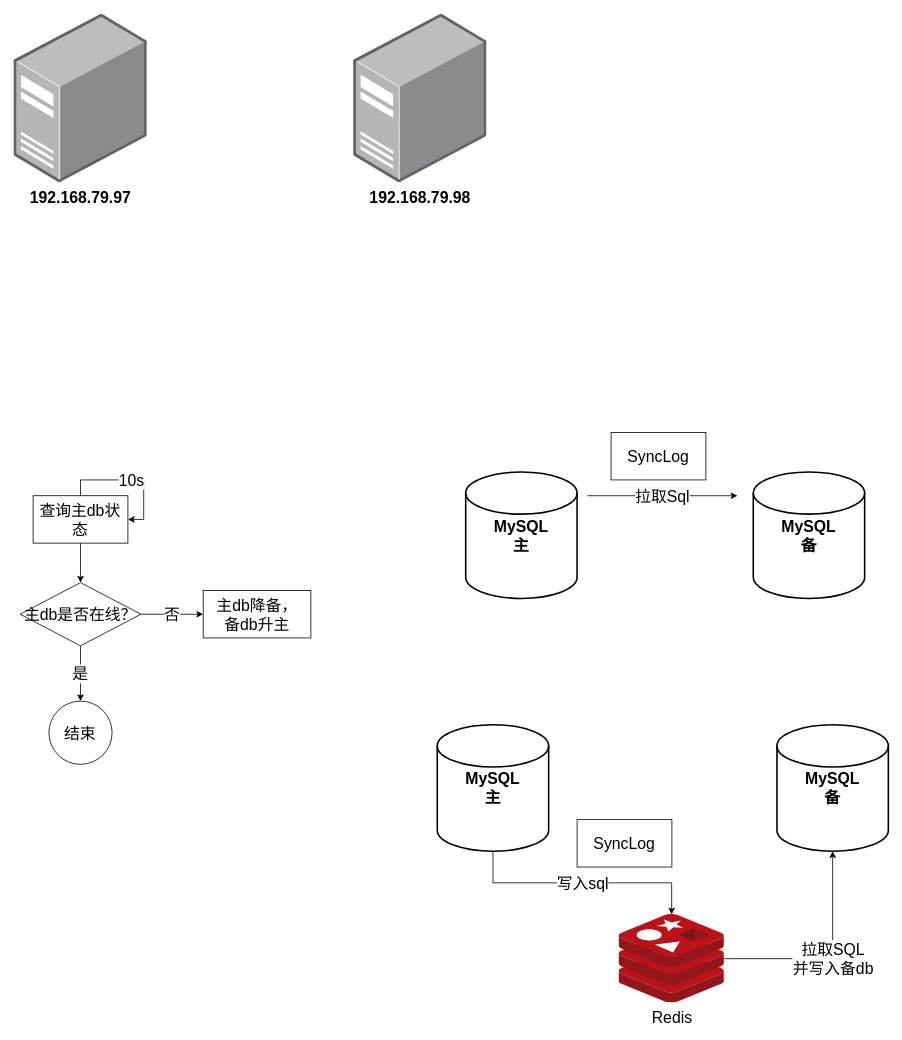
Above: page "总体设计" (1 of 3) of Untitled Diagram.drawio in Jarris3154/drawios (draw.io), before the change. Source tidied: cells renumbered, new cells numbered last; positions are measured from the earlier drawing's top-left corner, leaving out a move shared by most shapes. Both pictures are drawn from the tidied source at 79%, with x=0, y=0 at pixel (13, 13).
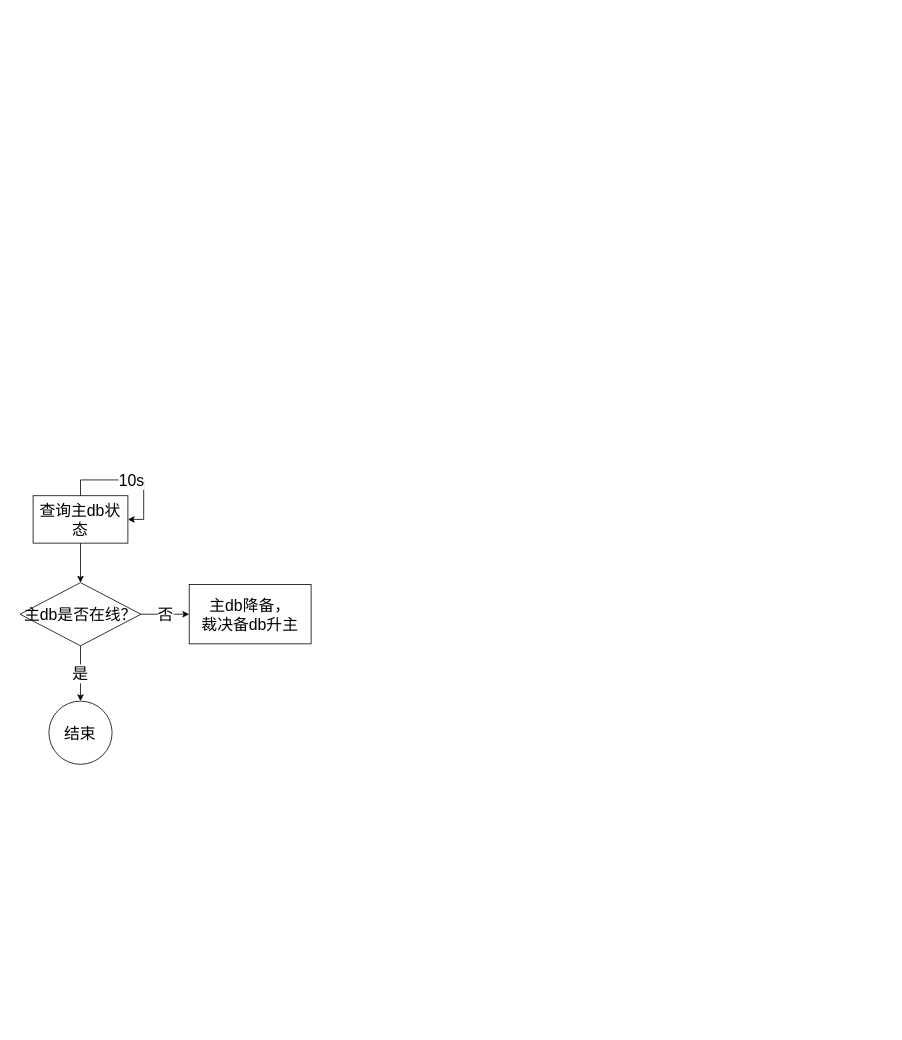
The same diagram, later.

Change to the diagram source:
```diff
@@
-    <mxCell id="2" value="192.168.79.97" style="html=1;align=center;shadow=0;dashed=0;image;image=img/lib/allied_telesis/computer_and_terminals/Server_Desktop.svg;fontStyle=1;fontSize=20;" parent="1" vertex="1">
-      <mxGeometry width="168.8" height="214" as="geometry" />
-    </mxCell>
-    <mxCell id="3" value="192.168.79.98" style="html=1;align=center;shadow=0;dashed=0;image;image=img/lib/allied_telesis/computer_and_terminals/Server_Desktop.svg;fontSize=20;fontStyle=1;" parent="1" vertex="1">
-      <mxGeometry x="430" width="168.8" height="214" as="geometry" />
-    </mxCell>
-    <mxCell id="4" value="&lt;div&gt;MySQL&lt;/div&gt;&lt;div&gt;主&lt;/div&gt;" style="strokeWidth=2;html=1;shape=mxgraph.flowchart.database;whiteSpace=wrap;fontSize=20;fontStyle=1;" parent="1" vertex="1">
-      <mxGeometry x="572" y="580" width="141" height="160" as="geometry" />
-    </mxCell>
-    <mxCell id="5" value="&lt;div&gt;MySQL&lt;br&gt;&lt;/div&gt;&lt;div&gt;备&lt;/div&gt;" style="strokeWidth=2;html=1;shape=mxgraph.flowchart.database;whiteSpace=wrap;fontSize=20;fontStyle=1;" parent="1" vertex="1">
-      <mxGeometry x="936" y="580" width="141" height="160" as="geometry" />
-    </mxCell>
-    <mxCell id="6" value="&lt;div&gt;拉取SQL&lt;/div&gt;&lt;div&gt;并写入备db&lt;/div&gt;" style="edgeStyle=orthogonalEdgeStyle;rounded=0;jettySize=auto;html=1;entryX=0.5;entryY=1;entryDx=0;entryDy=0;entryPerimeter=0;fontSize=20;fontColor=#000000;" parent="1" edge="1" source="8" target="20">
-      <mxGeometry relative="1" as="geometry" />
-    </mxCell>
-    <mxCell id="7" value="写入sql" style="edgeStyle=orthogonalEdgeStyle;rounded=0;jettySize=auto;html=1;fontSize=20;fontColor=#000000;exitX=0.5;exitY=1;exitDx=0;exitDy=0;exitPerimeter=0;" parent="1" edge="1" source="19" target="8">
-      <mxGeometry relative="1" as="geometry" />
-    </mxCell>
-    <mxCell id="8" value="Redis" style="html=1;points=[];align=center;image;fontSize=20;image=img/lib/mscae/Cache_Redis_Product.svg;fontColor=#000000;" parent="1" vertex="1">
-      <mxGeometry x="766" y="1140" width="133.3" height="112" as="geometry" />
-    </mxCell>
@@
-    <mxCell id="14" value="&lt;div&gt;主db降备，&lt;/div&gt;&lt;div&gt;备db升主&lt;br&gt;&lt;/div&gt;" style="rounded=0;whiteSpace=wrap;html=1;fontSize=20;fontColor=#000000;" parent="1" vertex="1">
-      <mxGeometry x="239.7" y="730" width="136.3" height="60" as="geometry" />
+    <mxCell id="14" value="&lt;div&gt;主db降备，&lt;/div&gt;&lt;div&gt;裁决&lt;span&gt;备db升主&lt;/span&gt;&lt;/div&gt;" style="rounded=0;whiteSpace=wrap;html=1;fontSize=20;fontColor=#000000;" parent="1" vertex="1">
+      <mxGeometry x="222" y="722.5" width="154.3" height="75" as="geometry" />
     </mxCell>
@@
-    <mxCell id="17" value="SyncLog" style="rounded=0;whiteSpace=wrap;html=1;fontSize=20;fontColor=#000000;" parent="1" vertex="1">
-      <mxGeometry x="756" y="530" width="120" height="60" as="geometry" />
-    </mxCell>
-    <mxCell id="18" value="拉取Sql" style="endArrow=classic;html=1;fontSize=20;fontColor=#000000;" parent="1" edge="1">
-      <mxGeometry relative="1" as="geometry">
-        <mxPoint x="726" y="610" as="sourcePoint" />
-        <mxPoint x="916" y="610" as="targetPoint" />
-        <Array as="points">
-          <mxPoint x="826" y="610" />
-        </Array>
-      </mxGeometry>
-    </mxCell>
-    <mxCell id="19" value="&lt;div&gt;MySQL&lt;/div&gt;&lt;div&gt;主&lt;/div&gt;" style="strokeWidth=2;html=1;shape=mxgraph.flowchart.database;whiteSpace=wrap;fontSize=20;fontStyle=1;" parent="1" vertex="1">
-      <mxGeometry x="536" y="900" width="141" height="160" as="geometry" />
-    </mxCell>
-    <mxCell id="20" value="&lt;div&gt;MySQL&lt;br&gt;&lt;/div&gt;&lt;div&gt;备&lt;/div&gt;" style="strokeWidth=2;html=1;shape=mxgraph.flowchart.database;whiteSpace=wrap;fontSize=20;fontStyle=1;" parent="1" vertex="1">
-      <mxGeometry x="966" y="900" width="141" height="160" as="geometry" />
-    </mxCell>
-    <mxCell id="21" value="SyncLog" style="rounded=0;whiteSpace=wrap;html=1;fontSize=20;fontColor=#000000;" parent="1" vertex="1">
-      <mxGeometry x="713" y="1020" width="120" height="60" as="geometry" />
-    </mxCell>
```
